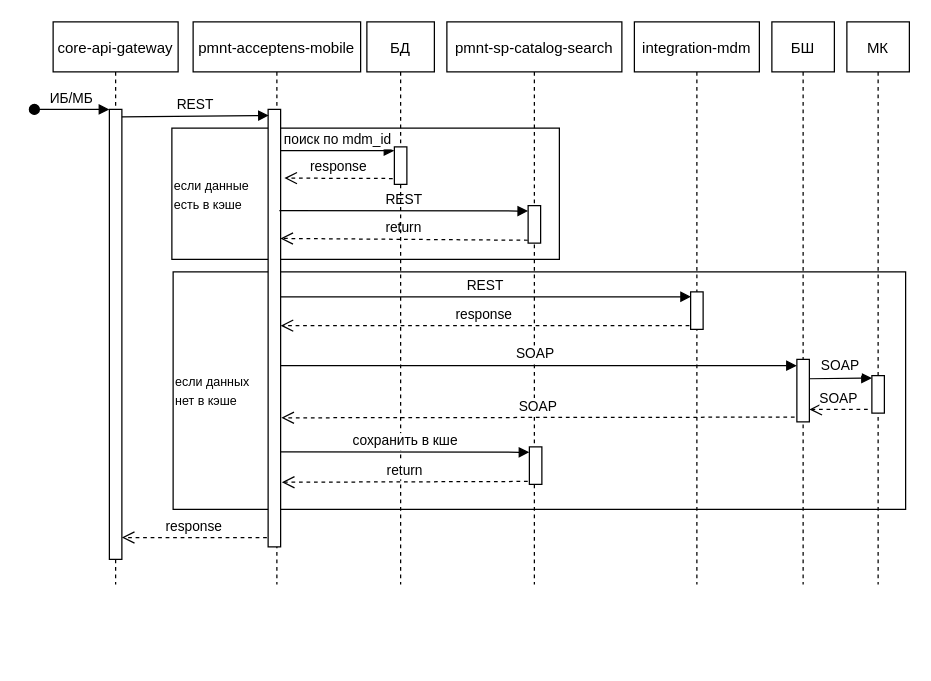
This is Untitled Diagram.drawio from yaryginaea/repo_test, a draw.io file, before an edit. Source tidied: cells renumbered, new cells numbered last; positions are measured from the earlier drawing's top-left corner, leaving out a move shared by most shapes. Both pictures are drawn from the tidied source at 125%, with x=0, y=0 at pixel (34, 21).
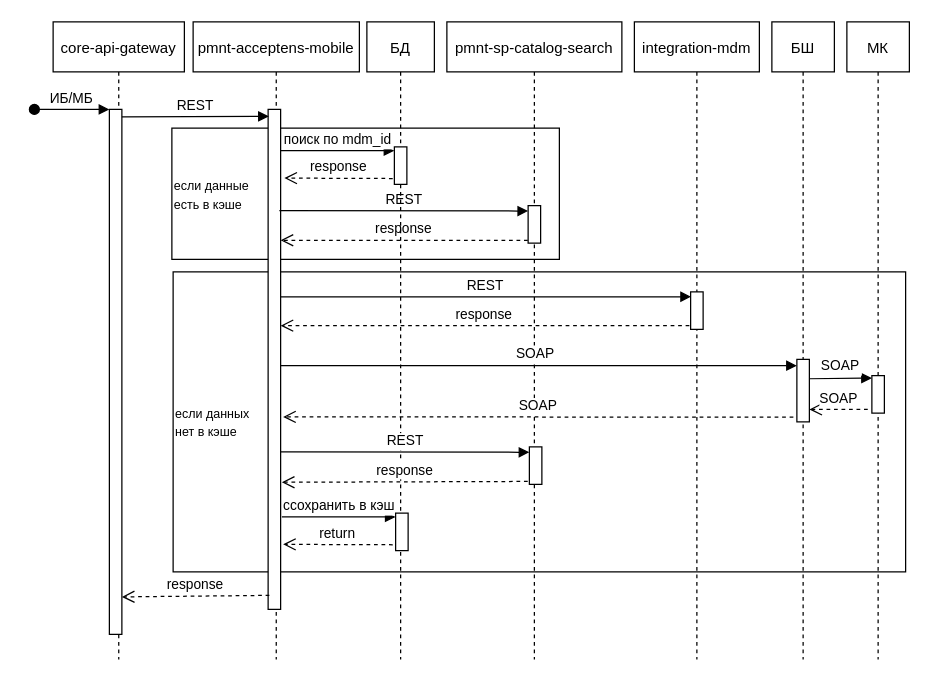
After the change.

The change refers to these unchanged cells:
```xml
<mxCell id="33" style="points=[];perimeter=orthogonalPerimeter;rounded=0;shadow=0;strokeWidth=1;" parent="1" vertex="1">
  <mxGeometry x="396" y="340" width="10" height="30" as="geometry" />
</mxCell>
```

The edit, as a diff of the source:
```diff
@@
     <mxCell id="3" value="core-api-gateway" style="shape=umlLifeline;perimeter=lifelinePerimeter;rounded=0;shadow=0;strokeWidth=1;" parent="1" vertex="1">
-      <mxGeometry x="15" width="100" height="450" as="geometry" />
+      <mxGeometry x="15" width="105" height="510" as="geometry" />
     </mxCell>
     <mxCell id="4" style="points=[];perimeter=orthogonalPerimeter;rounded=0;shadow=0;strokeWidth=1;" parent="3" vertex="1">
-      <mxGeometry x="45" y="70" width="10" height="360" as="geometry" />
+      <mxGeometry x="45" y="70" width="10" height="420" as="geometry" />
     </mxCell>
@@
     <mxCell id="6" value="pmnt-acceptens-mobile" style="shape=umlLifeline;perimeter=lifelinePerimeter;rounded=0;shadow=0;strokeWidth=1;" parent="1" vertex="1">
-      <mxGeometry x="127" width="134" height="450" as="geometry" />
+      <mxGeometry x="127" width="133" height="510" as="geometry" />
     </mxCell>
     <mxCell id="7" value="&lt;font style=&quot;font-size: 10px&quot;&gt;если данных&lt;br&gt;нет в кэше&lt;/font&gt;" style="rounded=0;whiteSpace=wrap;html=1;align=left;" parent="6" vertex="1">
-      <mxGeometry x="-16" y="200" width="586" height="190" as="geometry" />
+      <mxGeometry x="-16" y="200" width="586" height="240" as="geometry" />
     </mxCell>
     <mxCell id="8" style="points=[];perimeter=orthogonalPerimeter;rounded=0;shadow=0;strokeWidth=1;" parent="6" vertex="1">
-      <mxGeometry x="60" y="70" width="10" height="350" as="geometry" />
+      <mxGeometry x="60" y="70" width="10" height="400" as="geometry" />
     </mxCell>
@@
-    <mxCell id="10" value="response" style="verticalAlign=bottom;endArrow=open;dashed=1;endSize=8;exitX=0;exitY=0.95;shadow=0;strokeWidth=1;" parent="1" edge="1">
-      <mxGeometry relative="1" as="geometry">
-        <mxPoint x="186" y="412.5" as="sourcePoint" />
-        <mxPoint x="70" y="412.5" as="targetPoint" />
-      </mxGeometry>
-    </mxCell>
@@
-    <mxCell id="13" value="return" style="verticalAlign=bottom;endArrow=open;dashed=1;endSize=8;shadow=0;strokeWidth=1;exitX=-0.133;exitY=0.922;exitDx=0;exitDy=0;exitPerimeter=0;entryX=0.521;entryY=0.385;entryDx=0;entryDy=0;entryPerimeter=0;" parent="1" edge="1" target="6">
+    <mxCell id="13" value="response" style="verticalAlign=bottom;endArrow=open;dashed=1;endSize=8;shadow=0;strokeWidth=1;exitX=-0.133;exitY=0.922;exitDx=0;exitDy=0;exitPerimeter=0;" parent="1" edge="1" target="8">
       <mxGeometry relative="1" as="geometry">
         <mxPoint x="394.7" y="174.7" as="sourcePoint" />
       </mxGeometry>
     </mxCell>
@@
     <mxCell id="15" value="БД" style="shape=umlLifeline;perimeter=lifelinePerimeter;rounded=0;shadow=0;strokeWidth=1;" parent="1" vertex="1">
-      <mxGeometry x="266" width="54" height="450" as="geometry" />
+      <mxGeometry x="266" width="54" height="510" as="geometry" />
     </mxCell>
@@
     <mxCell id="17" value="integration-mdm" style="shape=umlLifeline;perimeter=lifelinePerimeter;rounded=0;shadow=0;strokeWidth=1;" parent="1" vertex="1">
-      <mxGeometry x="480" width="100" height="450" as="geometry" />
+      <mxGeometry x="480" width="100" height="510" as="geometry" />
     </mxCell>
@@
     <mxCell id="20" value="БШ" style="shape=umlLifeline;perimeter=lifelinePerimeter;rounded=0;shadow=0;strokeWidth=1;" parent="1" vertex="1">
-      <mxGeometry x="590" width="50" height="450" as="geometry" />
+      <mxGeometry x="590" width="50" height="510" as="geometry" />
     </mxCell>
@@
     <mxCell id="23" value="МК" style="shape=umlLifeline;perimeter=lifelinePerimeter;rounded=0;shadow=0;strokeWidth=1;" parent="1" vertex="1">
-      <mxGeometry x="650" width="50" height="450" as="geometry" />
+      <mxGeometry x="650" width="50" height="510" as="geometry" />
     </mxCell>
@@
     <mxCell id="25" value="pmnt-sp-catalog-search" style="shape=umlLifeline;perimeter=lifelinePerimeter;rounded=0;shadow=0;strokeWidth=1;" parent="1" vertex="1">
-      <mxGeometry x="330" width="140" height="450" as="geometry" />
+      <mxGeometry x="330" width="140" height="510" as="geometry" />
     </mxCell>
@@
-    <mxCell id="28" value="SOAP" style="verticalAlign=bottom;endArrow=open;dashed=1;endSize=8;shadow=0;strokeWidth=1;entryX=1.06;entryY=0.705;entryDx=0;entryDy=0;entryPerimeter=0;" parent="25" edge="1" target="8">
+    <mxCell id="28" value="SOAP" style="verticalAlign=bottom;endArrow=open;dashed=1;endSize=8;shadow=0;strokeWidth=1;" parent="25" edge="1">
       <mxGeometry relative="1" as="geometry">
-        <mxPoint x="278.2" y="316.2" as="sourcePoint" />
+        <mxPoint x="277.2" y="316.2" as="sourcePoint" />
+        <mxPoint x="-131" y="316" as="targetPoint" />
       </mxGeometry>
     </mxCell>
@@
-    <mxCell id="31" value="сохранить в кше" style="verticalAlign=bottom;endArrow=block;entryX=0;entryY=0.144;shadow=0;strokeWidth=1;entryDx=0;entryDy=0;entryPerimeter=0;" parent="1" edge="1" target="33">
+    <mxCell id="31" value="REST" style="verticalAlign=bottom;endArrow=block;entryX=0;entryY=0.144;shadow=0;strokeWidth=1;entryDx=0;entryDy=0;entryPerimeter=0;" parent="1" edge="1" target="33">
       <mxGeometry relative="1" as="geometry">
         <mxPoint x="197" y="344" as="sourcePoint" />
       </mxGeometry>
     </mxCell>
-    <mxCell id="32" value="return" style="verticalAlign=bottom;endArrow=open;dashed=1;endSize=8;shadow=0;strokeWidth=1;exitX=-0.133;exitY=0.922;exitDx=0;exitDy=0;exitPerimeter=0;entryX=1.1;entryY=0.234;entryDx=0;entryDy=0;entryPerimeter=0;" parent="1" edge="1" source="33">
+    <mxCell id="32" value="response" style="verticalAlign=bottom;endArrow=open;dashed=1;endSize=8;shadow=0;strokeWidth=1;exitX=-0.133;exitY=0.922;exitDx=0;exitDy=0;exitPerimeter=0;entryX=1.1;entryY=0.234;entryDx=0;entryDy=0;entryPerimeter=0;" parent="1" edge="1" source="33">
       <mxGeometry relative="1" as="geometry">
         <mxPoint x="198" y="368.3" as="targetPoint" />
       </mxGeometry>
     </mxCell>
@@
+    <mxCell id="34" value="cсохранить в кэш" style="verticalAlign=bottom;endArrow=block;shadow=0;strokeWidth=1;" parent="1" edge="1" target="35">
+      <mxGeometry relative="1" as="geometry">
+        <mxPoint x="198" y="396" as="sourcePoint" />
+      </mxGeometry>
+    </mxCell>
+    <mxCell id="35" style="points=[];perimeter=orthogonalPerimeter;rounded=0;shadow=0;strokeWidth=1;" parent="1" vertex="1">
+      <mxGeometry x="289" y="393" width="10" height="30" as="geometry" />
+    </mxCell>
+    <mxCell id="36" value="return" style="verticalAlign=bottom;endArrow=open;dashed=1;endSize=8;exitX=-0.133;exitY=0.844;shadow=0;strokeWidth=1;exitDx=0;exitDy=0;exitPerimeter=0;" parent="1" edge="1">
+      <mxGeometry relative="1" as="geometry">
+        <mxPoint x="286.7" y="418.3" as="sourcePoint" />
+        <mxPoint x="199" y="418" as="targetPoint" />
+      </mxGeometry>
+    </mxCell>
+    <mxCell id="10" value="response" style="verticalAlign=bottom;endArrow=open;dashed=1;endSize=8;shadow=0;strokeWidth=1;exitX=0.1;exitY=0.972;exitDx=0;exitDy=0;exitPerimeter=0;" parent="1" edge="1" source="8">
+      <mxGeometry relative="1" as="geometry">
+        <mxPoint x="70" y="460" as="targetPoint" />
+      </mxGeometry>
+    </mxCell>
```
